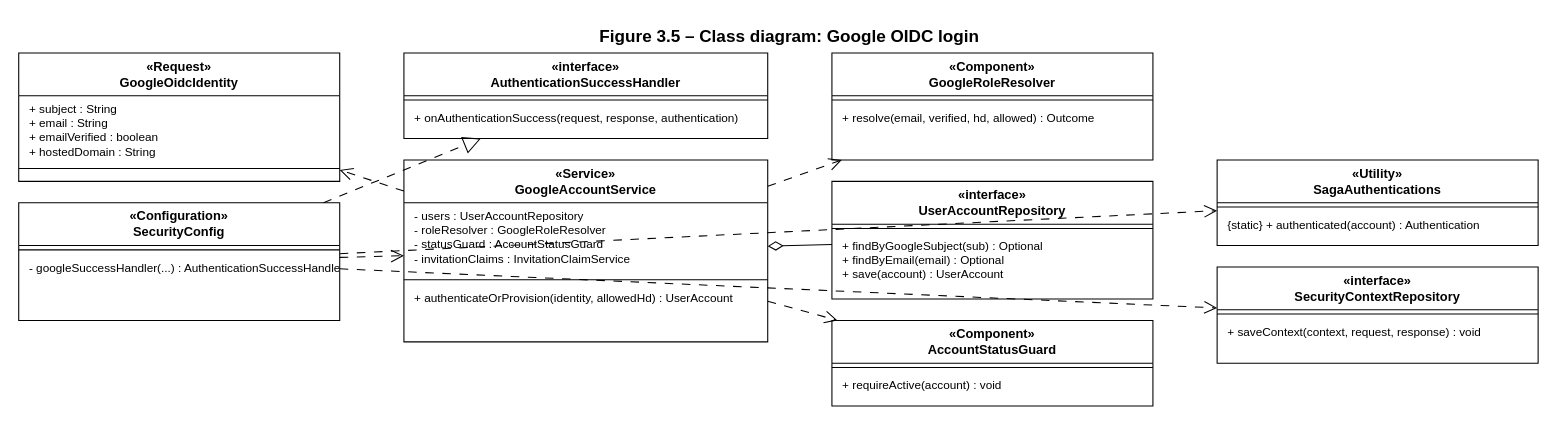
Earlier version of the draw.io diagram page "3.5 Google OIDC — Class" (5 of 20) of docs/diagrams/01-auth.drawio (Saga-Learning-to-Hero/saga-be). Source tidied: cells renumbered, new cells numbered last; positions are measured from the earlier drawing's top-left corner, leaving out a move shared by most shapes. Both pictures are drawn from the tidied source at 107%, with x=0, y=0 at pixel (18, 18).
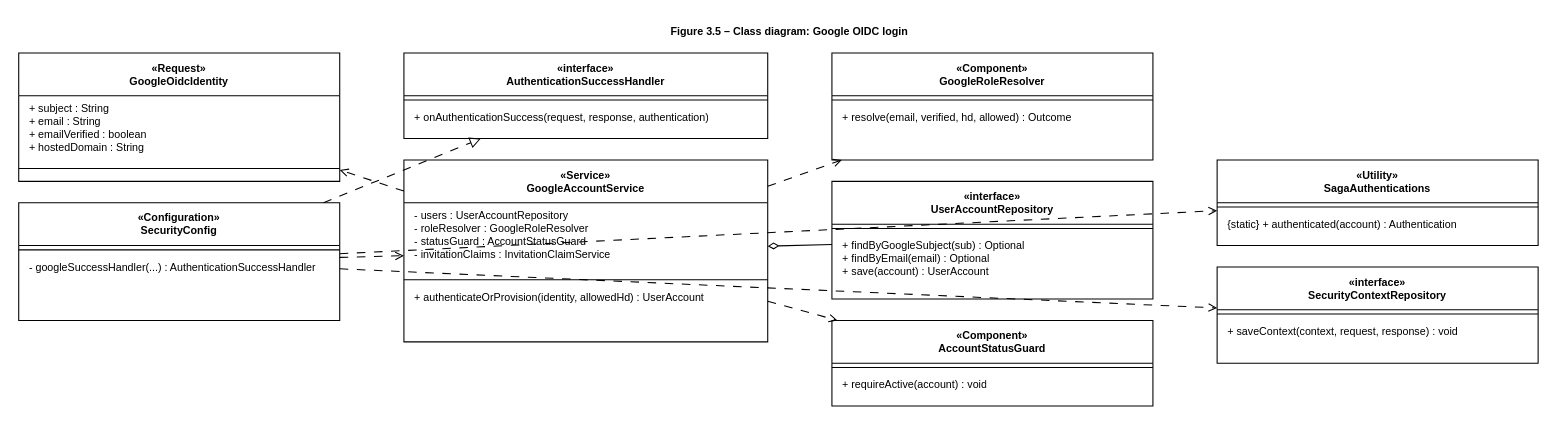
The same diagram, later.

The edit, as a diff of the source:
```diff
@@
-    <mxCell id="2" value="Figure 3.5 – Class diagram: Google OIDC login" style="text;html=1;strokeColor=none;fillColor=none;align=center;fontStyle=1;fontSize=16;" parent="1" vertex="1">
+    <mxCell id="2" value="Figure 3.5 – Class diagram: Google OIDC login" style="text;html=1;strokeColor=none;fillColor=none;align=center;fontStyle=1;fontSize=10;" parent="1" vertex="1">
       <mxGeometry x="480" width="480" height="24" as="geometry" />
     </mxCell>
-    <mxCell id="3" value="«Configuration»&lt;br&gt;SecurityConfig" style="swimlane;align=center;horizontal=1;startSize=40;html=1;whiteSpace=wrap;fillColor=#ffffff;strokeColor=#000000;" parent="1" vertex="1">
+    <mxCell id="3" value="«Configuration»&lt;br&gt;SecurityConfig" style="swimlane;align=center;horizontal=1;startSize=40;html=1;whiteSpace=wrap;fillColor=#ffffff;strokeColor=#000000;fontSize=10;" parent="1" vertex="1">
       <mxGeometry y="172" width="300" height="110" as="geometry" />
     </mxCell>
@@
-    <mxCell id="5" value="- googleSuccessHandler(...) : AuthenticationSuccessHandler" style="text;strokeColor=none;fillColor=none;align=left;spacingLeft=8;overflow=hidden;html=1;fontSize=11;" parent="3" vertex="1">
+    <mxCell id="5" value="- googleSuccessHandler(...) : AuthenticationSuccessHandler" style="text;strokeColor=none;fillColor=none;align=left;spacingLeft=8;overflow=hidden;html=1;fontSize=10;" parent="3" vertex="1">
       <mxGeometry y="48" width="300" height="62" as="geometry" />
     </mxCell>
-    <mxCell id="6" value="«Request»&lt;br&gt;GoogleOidcIdentity" style="swimlane;align=center;horizontal=1;startSize=40;html=1;whiteSpace=wrap;fillColor=#ffffff;strokeColor=#000000;" parent="1" vertex="1">
+    <mxCell id="6" value="«Request»&lt;br&gt;GoogleOidcIdentity" style="swimlane;align=center;horizontal=1;startSize=40;html=1;whiteSpace=wrap;fillColor=#ffffff;strokeColor=#000000;fontSize=10;" parent="1" vertex="1">
       <mxGeometry y="32" width="300" height="120" as="geometry" />
     </mxCell>
-    <mxCell id="7" value="+ subject : String&lt;br&gt;+ email : String&lt;br&gt;+ emailVerified : boolean&lt;br&gt;+ hostedDomain : String" style="text;strokeColor=none;fillColor=none;align=left;spacingLeft=8;overflow=hidden;html=1;fontSize=11;" parent="6" vertex="1">
+    <mxCell id="7" value="+ subject : String&lt;br&gt;+ email : String&lt;br&gt;+ emailVerified : boolean&lt;br&gt;+ hostedDomain : String" style="text;strokeColor=none;fillColor=none;align=left;spacingLeft=8;overflow=hidden;html=1;fontSize=10;" parent="6" vertex="1">
       <mxGeometry y="40" width="300" height="64" as="geometry" />
     </mxCell>
@@
-    <mxCell id="10" value="«Service»&lt;br&gt;GoogleAccountService" style="swimlane;align=center;horizontal=1;startSize=40;html=1;whiteSpace=wrap;fillColor=#ffffff;strokeColor=#000000;" parent="1" vertex="1">
+    <mxCell id="10" value="«Service»&lt;br&gt;GoogleAccountService" style="swimlane;align=center;horizontal=1;startSize=40;html=1;whiteSpace=wrap;fillColor=#ffffff;strokeColor=#000000;fontSize=10;" parent="1" vertex="1">
       <mxGeometry x="360" y="132" width="340" height="170" as="geometry" />
     </mxCell>
-    <mxCell id="11" value="- users : UserAccountRepository&lt;br&gt;- roleResolver : GoogleRoleResolver&lt;br&gt;- statusGuard : AccountStatusGuard&lt;br&gt;- invitationClaims : InvitationClaimService" style="text;strokeColor=none;fillColor=none;align=left;spacingLeft=8;overflow=hidden;html=1;fontSize=11;" parent="10" vertex="1">
+    <mxCell id="11" value="- users : UserAccountRepository&lt;br&gt;- roleResolver : GoogleRoleResolver&lt;br&gt;- statusGuard : AccountStatusGuard&lt;br&gt;- invitationClaims : InvitationClaimService" style="text;strokeColor=none;fillColor=none;align=left;spacingLeft=8;overflow=hidden;html=1;fontSize=10;" parent="10" vertex="1">
       <mxGeometry y="40" width="340" height="68" as="geometry" />
     </mxCell>
@@
-    <mxCell id="13" value="+ authenticateOrProvision(identity, allowedHd) : UserAccount" style="text;strokeColor=none;fillColor=none;align=left;spacingLeft=8;overflow=hidden;html=1;fontSize=11;" parent="10" vertex="1">
+    <mxCell id="13" value="+ authenticateOrProvision(identity, allowedHd) : UserAccount" style="text;strokeColor=none;fillColor=none;align=left;spacingLeft=8;overflow=hidden;html=1;fontSize=10;" parent="10" vertex="1">
       <mxGeometry y="116" width="340" height="54" as="geometry" />
     </mxCell>
-    <mxCell id="14" value="«Component»&lt;br&gt;GoogleRoleResolver" style="swimlane;align=center;horizontal=1;startSize=40;html=1;whiteSpace=wrap;fillColor=#ffffff;strokeColor=#000000;" parent="1" vertex="1">
+    <mxCell id="14" value="«Component»&lt;br&gt;GoogleRoleResolver" style="swimlane;align=center;horizontal=1;startSize=40;html=1;whiteSpace=wrap;fillColor=#ffffff;strokeColor=#000000;fontSize=10;" parent="1" vertex="1">
       <mxGeometry x="760" y="32" width="300" height="100" as="geometry" />
     </mxCell>
@@
-    <mxCell id="16" value="+ resolve(email, verified, hd, allowed) : Outcome" style="text;strokeColor=none;fillColor=none;align=left;spacingLeft=8;overflow=hidden;html=1;fontSize=11;" parent="14" vertex="1">
+    <mxCell id="16" value="+ resolve(email, verified, hd, allowed) : Outcome" style="text;strokeColor=none;fillColor=none;align=left;spacingLeft=8;overflow=hidden;html=1;fontSize=10;" parent="14" vertex="1">
       <mxGeometry y="48" width="300" height="52" as="geometry" />
     </mxCell>
-    <mxCell id="17" value="«interface»&lt;br&gt;UserAccountRepository" style="swimlane;align=center;horizontal=1;startSize=40;html=1;whiteSpace=wrap;fillColor=#ffffff;strokeColor=#000000;" parent="1" vertex="1">
+    <mxCell id="17" value="«interface»&lt;br&gt;UserAccountRepository" style="swimlane;align=center;horizontal=1;startSize=40;html=1;whiteSpace=wrap;fillColor=#ffffff;strokeColor=#000000;fontSize=10;" parent="1" vertex="1">
       <mxGeometry x="760" y="152" width="300" height="110" as="geometry" />
     </mxCell>
@@
-    <mxCell id="19" value="+ findByGoogleSubject(sub) : Optional&lt;br&gt;+ findByEmail(email) : Optional&lt;br&gt;+ save(account) : UserAccount" style="text;strokeColor=none;fillColor=none;align=left;spacingLeft=8;overflow=hidden;html=1;fontSize=11;" parent="17" vertex="1">
+    <mxCell id="19" value="+ findByGoogleSubject(sub) : Optional&lt;br&gt;+ findByEmail(email) : Optional&lt;br&gt;+ save(account) : UserAccount" style="text;strokeColor=none;fillColor=none;align=left;spacingLeft=8;overflow=hidden;html=1;fontSize=10;" parent="17" vertex="1">
       <mxGeometry y="48" width="300" height="62" as="geometry" />
     </mxCell>
-    <mxCell id="20" value="«Component»&lt;br&gt;AccountStatusGuard" style="swimlane;align=center;horizontal=1;startSize=40;html=1;whiteSpace=wrap;fillColor=#ffffff;strokeColor=#000000;" parent="1" vertex="1">
+    <mxCell id="20" value="«Component»&lt;br&gt;AccountStatusGuard" style="swimlane;align=center;horizontal=1;startSize=40;html=1;whiteSpace=wrap;fillColor=#ffffff;strokeColor=#000000;fontSize=10;" parent="1" vertex="1">
       <mxGeometry x="760" y="282" width="300" height="80" as="geometry" />
     </mxCell>
@@
-    <mxCell id="22" value="+ requireActive(account) : void" style="text;strokeColor=none;fillColor=none;align=left;spacingLeft=8;overflow=hidden;html=1;fontSize=11;" parent="20" vertex="1">
+    <mxCell id="22" value="+ requireActive(account) : void" style="text;strokeColor=none;fillColor=none;align=left;spacingLeft=8;overflow=hidden;html=1;fontSize=10;" parent="20" vertex="1">
       <mxGeometry y="48" width="300" height="32" as="geometry" />
     </mxCell>
-    <mxCell id="23" value="«Utility»&lt;br&gt;SagaAuthentications" style="swimlane;align=center;horizontal=1;startSize=40;html=1;whiteSpace=wrap;fillColor=#ffffff;strokeColor=#000000;" parent="1" vertex="1">
+    <mxCell id="23" value="«Utility»&lt;br&gt;SagaAuthentications" style="swimlane;align=center;horizontal=1;startSize=40;html=1;whiteSpace=wrap;fillColor=#ffffff;strokeColor=#000000;fontSize=10;" parent="1" vertex="1">
       <mxGeometry x="1120" y="132" width="300" height="80" as="geometry" />
     </mxCell>
@@
-    <mxCell id="25" value="{static} + authenticated(account) : Authentication" style="text;strokeColor=none;fillColor=none;align=left;spacingLeft=8;overflow=hidden;html=1;fontSize=11;" parent="23" vertex="1">
+    <mxCell id="25" value="{static} + authenticated(account) : Authentication" style="text;strokeColor=none;fillColor=none;align=left;spacingLeft=8;overflow=hidden;html=1;fontSize=10;" parent="23" vertex="1">
       <mxGeometry y="48" width="300" height="32" as="geometry" />
     </mxCell>
-    <mxCell id="26" value="«interface»&lt;br&gt;SecurityContextRepository" style="swimlane;align=center;horizontal=1;startSize=40;html=1;whiteSpace=wrap;fillColor=#ffffff;strokeColor=#000000;" parent="1" vertex="1">
+    <mxCell id="26" value="«interface»&lt;br&gt;SecurityContextRepository" style="swimlane;align=center;horizontal=1;startSize=40;html=1;whiteSpace=wrap;fillColor=#ffffff;strokeColor=#000000;fontSize=10;" parent="1" vertex="1">
       <mxGeometry x="1120" y="232" width="300" height="90" as="geometry" />
     </mxCell>
@@
-    <mxCell id="28" value="+ saveContext(context, request, response) : void" style="text;strokeColor=none;fillColor=none;align=left;spacingLeft=8;overflow=hidden;html=1;fontSize=11;" parent="26" vertex="1">
+    <mxCell id="28" value="+ saveContext(context, request, response) : void" style="text;strokeColor=none;fillColor=none;align=left;spacingLeft=8;overflow=hidden;html=1;fontSize=10;" parent="26" vertex="1">
       <mxGeometry y="48" width="300" height="42" as="geometry" />
     </mxCell>
-    <mxCell id="29" value="«interface»&lt;br&gt;AuthenticationSuccessHandler" style="swimlane;align=center;horizontal=1;startSize=40;html=1;whiteSpace=wrap;fillColor=#ffffff;strokeColor=#000000;" parent="1" vertex="1">
+    <mxCell id="29" value="«interface»&lt;br&gt;AuthenticationSuccessHandler" style="swimlane;align=center;horizontal=1;startSize=40;html=1;whiteSpace=wrap;fillColor=#ffffff;strokeColor=#000000;fontSize=10;" parent="1" vertex="1">
       <mxGeometry x="360" y="32" width="340" height="80" as="geometry" />
     </mxCell>
@@
-    <mxCell id="31" value="+ onAuthenticationSuccess(request, response, authentication)" style="text;strokeColor=none;fillColor=none;align=left;spacingLeft=8;overflow=hidden;html=1;fontSize=11;" parent="29" vertex="1">
+    <mxCell id="31" value="+ onAuthenticationSuccess(request, response, authentication)" style="text;strokeColor=none;fillColor=none;align=left;spacingLeft=8;overflow=hidden;html=1;fontSize=10;" parent="29" vertex="1">
       <mxGeometry y="48" width="340" height="32" as="geometry" />
     </mxCell>
-    <mxCell id="32" style="endArrow=open;endFill=0;dashed=1;dashPattern=8 8;endSize=10;html=1;strokeColor=#000000;" parent="1" edge="1" source="3" target="10">
+    <mxCell id="32" style="endArrow=open;endFill=0;dashed=1;dashPattern=8 8;endSize=6;html=1;strokeColor=#000000;" parent="1" edge="1" source="3" target="10">
       <mxGeometry relative="1" as="geometry" />
     </mxCell>
-    <mxCell id="33" style="endArrow=open;endFill=0;dashed=1;dashPattern=8 8;endSize=10;html=1;strokeColor=#000000;" parent="1" edge="1" source="10" target="6">
+    <mxCell id="33" style="endArrow=open;endFill=0;dashed=1;dashPattern=8 8;endSize=6;html=1;strokeColor=#000000;" parent="1" edge="1" source="10" target="6">
       <mxGeometry relative="1" as="geometry" />
     </mxCell>
-    <mxCell id="34" style="endArrow=open;endFill=0;dashed=1;dashPattern=8 8;endSize=10;html=1;strokeColor=#000000;" parent="1" edge="1" source="10" target="14">
+    <mxCell id="34" style="endArrow=open;endFill=0;dashed=1;dashPattern=8 8;endSize=6;html=1;strokeColor=#000000;" parent="1" edge="1" source="10" target="14">
       <mxGeometry relative="1" as="geometry" />
     </mxCell>
-    <mxCell id="35" style="endArrow=open;endFill=0;dashed=1;dashPattern=8 8;endSize=10;html=1;strokeColor=#000000;" parent="1" edge="1" source="10" target="20">
+    <mxCell id="35" style="endArrow=open;endFill=0;dashed=1;dashPattern=8 8;endSize=6;html=1;strokeColor=#000000;" parent="1" edge="1" source="10" target="20">
       <mxGeometry relative="1" as="geometry" />
     </mxCell>
-    <mxCell id="36" style="endArrow=open;endFill=0;dashed=1;dashPattern=8 8;endSize=10;html=1;strokeColor=#000000;" parent="1" edge="1" source="3" target="23">
+    <mxCell id="36" style="endArrow=open;endFill=0;dashed=1;dashPattern=8 8;endSize=6;html=1;strokeColor=#000000;" parent="1" edge="1" source="3" target="23">
       <mxGeometry relative="1" as="geometry" />
     </mxCell>
-    <mxCell id="37" style="endArrow=open;endFill=0;dashed=1;dashPattern=8 8;endSize=10;html=1;strokeColor=#000000;" parent="1" edge="1" source="3" target="26">
+    <mxCell id="37" style="endArrow=open;endFill=0;dashed=1;dashPattern=8 8;endSize=6;html=1;strokeColor=#000000;" parent="1" edge="1" source="3" target="26">
       <mxGeometry relative="1" as="geometry" />
     </mxCell>
-    <mxCell id="38" style="startArrow=diamondThin;startFill=0;startSize=12;endArrow=none;html=1;strokeColor=#000000;" parent="1" edge="1" source="10" target="17">
+    <mxCell id="38" style="startArrow=diamondThin;startFill=0;startSize=8;endArrow=none;html=1;strokeColor=#000000;" parent="1" edge="1" source="10" target="17">
       <mxGeometry relative="1" as="geometry" />
     </mxCell>
-    <mxCell id="39" style="endArrow=block;endFill=0;dashed=1;dashPattern=8 8;endSize=14;html=1;strokeColor=#000000;" parent="1" edge="1" source="3" target="29">
+    <mxCell id="39" style="endArrow=block;endFill=0;dashed=1;dashPattern=8 8;endSize=8;html=1;strokeColor=#000000;" parent="1" edge="1" source="3" target="29">
       <mxGeometry relative="1" as="geometry" />
     </mxCell>
```
